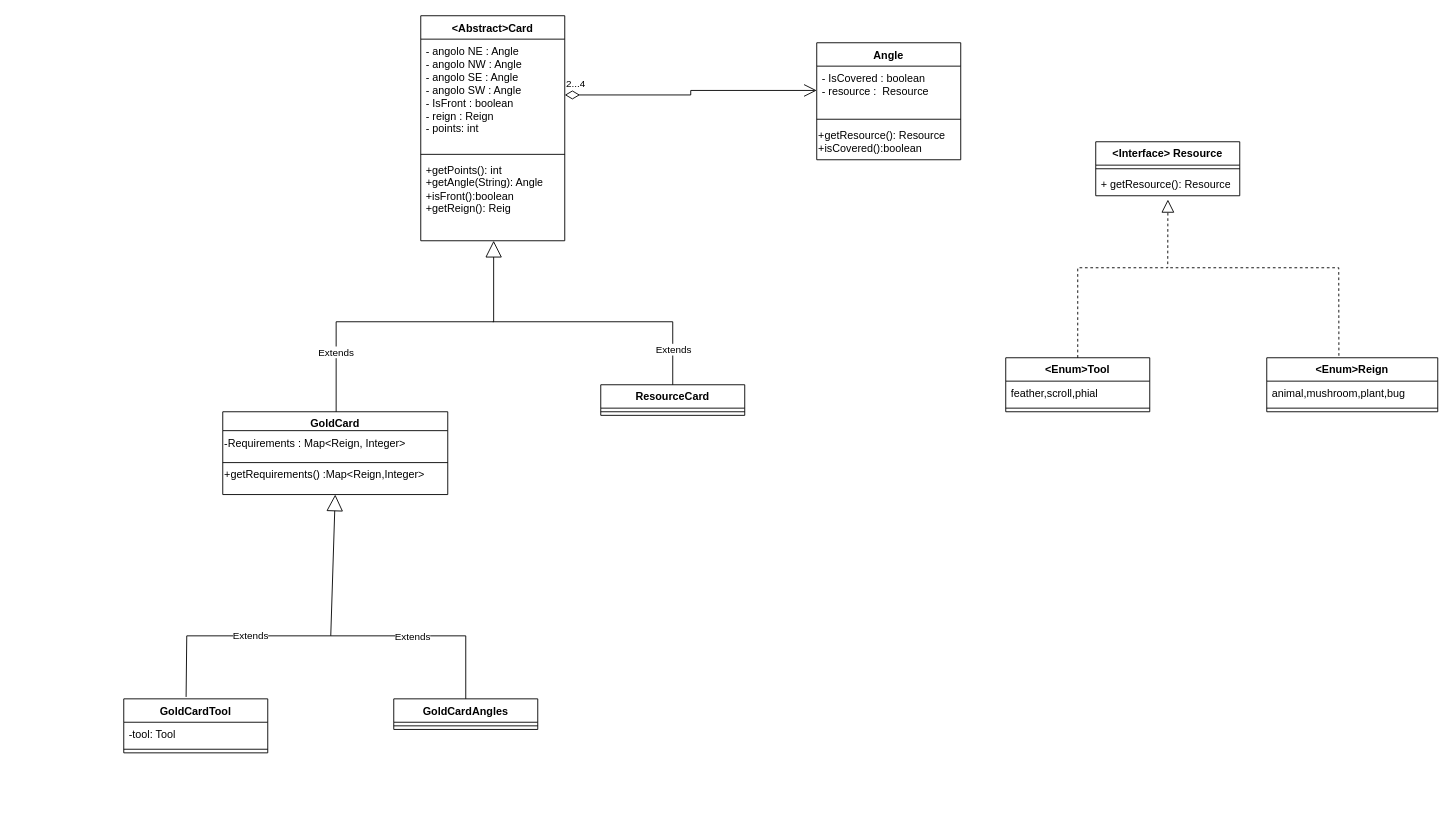
Before: Diagramma senza titolo.drawio in MaximilianMangosi/ing-sw-2024-Mangosi-Laguardia-Lapi-Mattina, a draw.io diagram. Source tidied: cells renumbered, new cells numbered last; positions are measured from the earlier drawing's top-left corner, leaving out a move shared by most shapes. Both pictures are drawn from the tidied source at 90%, with x=0, y=0 at pixel (123, 15).
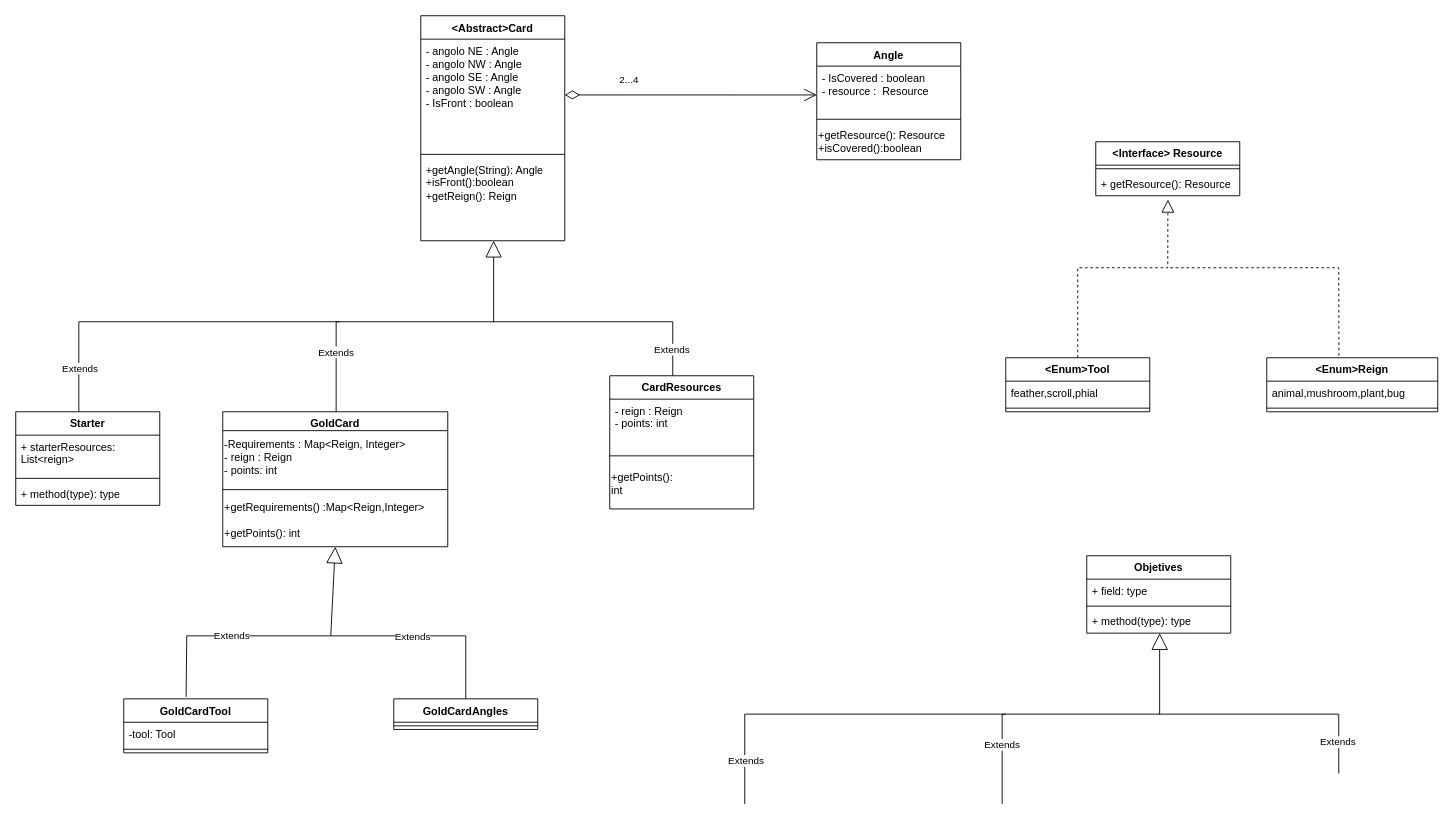
The same page after the edit.

Unchanged cells that the change refers to:
```xml
<mxCell id="2" value="&amp;lt;Abstract&amp;gt;Card" style="swimlane;fontStyle=1;align=center;verticalAlign=top;horizontal=1;startSize=26;whiteSpace=wrap;html=1;" parent="1" vertex="1">
  <mxGeometry x="330" width="160" height="250" as="geometry" />
</mxCell>
<mxCell id="7" value="&lt;div&gt;- IsCovered : boolean&lt;/div&gt;&lt;div&gt;- resource :&amp;nbsp; Resource&lt;/div&gt;&lt;div&gt;&lt;br&gt;&lt;/div&gt;" style="text;strokeColor=none;fillColor=none;align=left;verticalAlign=top;spacingLeft=4;spacingRight=4;overflow=hidden;points=[[0,0.5],[1,0.5]];portConstraint=eastwest;whiteSpace=wrap;html=1;" parent="6" vertex="1">
  <mxGeometry y="26" width="160" height="54" as="geometry" />
</mxCell>
```

Change to the diagram source:
```diff
@@
-    <mxCell id="3" value="- angolo NE : Angle&lt;div&gt;- angolo NW : Angle&lt;/div&gt;&lt;div&gt;- angolo SE : Angle&lt;/div&gt;&lt;div&gt;- angolo SW : Angle&lt;/div&gt;&lt;div&gt;- IsFront : boolean&lt;/div&gt;&lt;div&gt;- reign : Reign&lt;/div&gt;- points: int" style="text;strokeColor=none;fillColor=none;align=left;verticalAlign=top;spacingLeft=4;spacingRight=4;overflow=hidden;points=[[0,0.5],[1,0.5]];portConstraint=eastwest;whiteSpace=wrap;html=1;" parent="2" vertex="1">
+    <mxCell id="3" value="- angolo NE : Angle&lt;div&gt;- angolo NW : Angle&lt;/div&gt;&lt;div&gt;- angolo SE : Angle&lt;/div&gt;&lt;div&gt;- angolo SW : Angle&lt;/div&gt;&lt;div&gt;- IsFront : boolean&lt;/div&gt;&lt;div&gt;&lt;br&gt;&lt;/div&gt;" style="text;strokeColor=none;fillColor=none;align=left;verticalAlign=top;spacingLeft=4;spacingRight=4;overflow=hidden;points=[[0,0.5],[1,0.5]];portConstraint=eastwest;whiteSpace=wrap;html=1;" parent="2" vertex="1">
       <mxGeometry y="26" width="160" height="124" as="geometry" />
     </mxCell>
@@
-    <mxCell id="5" value="&lt;div&gt;+getPoints(): int&lt;/div&gt;&lt;div&gt;+getAngle(String): Angle&lt;/div&gt;&lt;div&gt;+isFront():boolean&lt;/div&gt;&lt;div&gt;+getReign(): Reig&lt;/div&gt;" style="text;strokeColor=none;fillColor=none;align=left;verticalAlign=top;spacingLeft=4;spacingRight=4;overflow=hidden;whiteSpace=wrap;html=1;" parent="2" vertex="1">
+    <mxCell id="5" value="&lt;div&gt;+getAngle(String): Angle&lt;br&gt;&lt;/div&gt;&lt;div&gt;+isFront():boolean&lt;/div&gt;&lt;div&gt;+getReign(): Reign&lt;/div&gt;" style="text;strokeColor=none;fillColor=none;align=left;verticalAlign=top;spacingLeft=4;spacingRight=4;overflow=hidden;whiteSpace=wrap;html=1;" parent="2" vertex="1">
       <mxGeometry y="158" width="160" height="92" as="geometry" />
     </mxCell>
@@
     <mxCell id="17" value="GoldCard" style="swimlane;fontStyle=1;align=center;verticalAlign=top;horizontal=1;startSize=21;whiteSpace=wrap;html=1;" parent="1" vertex="1">
-      <mxGeometry x="110" y="440" width="250" height="92" as="geometry" />
+      <mxGeometry x="110" y="440" width="250" height="150" as="geometry" />
     </mxCell>
-    <mxCell id="18" value="-Requirements : Map&amp;lt;Reign, Integer&amp;gt;" style="text;html=1;align=left;verticalAlign=middle;strokeColor=none;fillColor=none;" parent="17" vertex="1">
-      <mxGeometry y="21" width="250" height="30" as="geometry" />
+    <mxCell id="18" value="-Requirements : Map&amp;lt;Reign, Integer&amp;gt;&lt;div&gt;&lt;div style=&quot;white-space: normal;&quot;&gt;- reign : Reign&lt;/div&gt;&lt;span style=&quot;white-space: normal;&quot;&gt;- points: int&lt;/span&gt;&lt;br&gt;&lt;/div&gt;" style="text;html=1;align=left;verticalAlign=middle;strokeColor=none;fillColor=none;" parent="17" vertex="1">
+      <mxGeometry y="21" width="250" height="60" as="geometry" />
     </mxCell>
     <mxCell id="19" style="line;strokeWidth=1;fillColor=none;align=left;verticalAlign=middle;spacingTop=-1;spacingLeft=3;spacingRight=3;labelPosition=right;strokeColor=inherit;" parent="17" vertex="1">
-      <mxGeometry y="51" width="250" height="11" as="geometry" />
+      <mxGeometry y="81" width="250" height="11" as="geometry" />
     </mxCell>
-    <mxCell id="20" value="&lt;div align=&quot;left&quot;&gt;+getRequirements() :Map&amp;lt;Reign,Integer&amp;gt;&lt;br&gt;&lt;/div&gt;&lt;div align=&quot;left&quot;&gt;&lt;br&gt;&lt;/div&gt;" style="text;html=1;align=left;verticalAlign=middle;whiteSpace=wrap;rounded=0;" parent="17" vertex="1">
-      <mxGeometry y="62" width="250" height="30" as="geometry" />
+    <mxCell id="20" value="&lt;div align=&quot;left&quot;&gt;+getRequirements() :Map&amp;lt;Reign,Integer&amp;gt;&lt;br&gt;&lt;/div&gt;&lt;div align=&quot;left&quot;&gt;&lt;br&gt;&lt;/div&gt;&lt;div align=&quot;left&quot;&gt;+getPoints(): int&lt;br&gt;&lt;/div&gt;" style="text;html=1;align=left;verticalAlign=middle;whiteSpace=wrap;rounded=0;" parent="17" vertex="1">
+      <mxGeometry y="92" width="250" height="58" as="geometry" />
     </mxCell>
-    <mxCell id="21" value="ResourceCard" style="swimlane;fontStyle=1;align=center;verticalAlign=top;horizontal=1;startSize=26;whiteSpace=wrap;html=1;" parent="1" vertex="1">
-      <mxGeometry x="530" y="410" width="160" height="34" as="geometry" />
-    </mxCell>
-    <mxCell id="22" style="line;strokeWidth=1;fillColor=none;align=left;verticalAlign=middle;spacingTop=-1;spacingLeft=3;spacingRight=3;labelPosition=right;strokeColor=inherit;" parent="21" vertex="1">
-      <mxGeometry y="26" width="160" height="8" as="geometry" />
-    </mxCell>
@@
-    <mxCell id="30" style="endArrow=none;html=1;rounded=0;entryX=0.5;entryY=0;entryDx=0;entryDy=0;" parent="1" edge="1" target="21">
+    <mxCell id="30" style="endArrow=none;html=1;rounded=0;entryX=0.5;entryY=0;entryDx=0;entryDy=0;" parent="1" edge="1">
       <mxGeometry relative="1" as="geometry">
         <mxPoint x="410" y="340" as="sourcePoint" />
+        <mxPoint x="610" y="406" as="targetPoint" />
         <Array as="points">
           <mxPoint x="610" y="340" />
         </Array>
       </mxGeometry>
     </mxCell>
@@
-    <mxCell id="35" value="2...4" style="endArrow=open;html=1;endSize=12;startArrow=diamondThin;startSize=14;startFill=0;edgeStyle=orthogonalEdgeStyle;align=left;verticalAlign=bottom;rounded=0;exitX=1;exitY=0.5;exitDx=0;exitDy=0;entryX=0;entryY=0.5;entryDx=0;entryDy=0;" parent="1" edge="1" source="3" target="7">
-      <mxGeometry x="-1" y="3" relative="1" as="geometry" />
+    <mxCell id="35" value="2...4" style="endArrow=open;html=1;endSize=12;startArrow=diamondThin;startSize=14;startFill=0;edgeStyle=orthogonalEdgeStyle;align=left;verticalAlign=bottom;rounded=0;exitX=1;exitY=0.5;exitDx=0;exitDy=0;entryX=0;entryY=0.593;entryDx=0;entryDy=0;entryPerimeter=0;" parent="1" edge="1" source="3" target="7">
+      <mxGeometry x="-0.58" y="8" relative="1" as="geometry" />
     </mxCell>
@@
+    <mxCell id="39" value="CardResources" style="swimlane;fontStyle=1;align=center;verticalAlign=top;horizontal=1;startSize=26;whiteSpace=wrap;html=1;" parent="1" vertex="1">
+      <mxGeometry x="540" y="400" width="160" height="148" as="geometry" />
+    </mxCell>
+    <mxCell id="40" value="&lt;div&gt;- reign : Reign&lt;/div&gt;- points: int" style="text;strokeColor=none;fillColor=none;align=left;verticalAlign=top;spacingLeft=4;spacingRight=4;overflow=hidden;whiteSpace=wrap;html=1;" parent="39" vertex="1">
+      <mxGeometry y="26" width="160" height="44" as="geometry" />
+    </mxCell>
+    <mxCell id="41" style="line;strokeWidth=1;fillColor=none;align=left;verticalAlign=middle;spacingTop=-1;spacingLeft=3;spacingRight=3;labelPosition=right;strokeColor=inherit;" parent="39" vertex="1">
+      <mxGeometry y="70" width="160" height="38" as="geometry" />
+    </mxCell>
+    <mxCell id="42" value="&lt;span style=&quot;white-space: normal;&quot;&gt;+getPoints(): int&lt;/span&gt;&lt;div&gt;&lt;span style=&quot;white-space: normal;&quot;&gt;&lt;br&gt;&lt;/span&gt;&lt;/div&gt;" style="text;html=1;align=left;verticalAlign=middle;strokeColor=none;fillColor=none;" parent="39" vertex="1">
+      <mxGeometry y="108" width="160" height="40" as="geometry" />
+    </mxCell>
+    <mxCell id="43" value="Starter" style="swimlane;fontStyle=1;align=center;verticalAlign=top;horizontal=1;startSize=26;whiteSpace=wrap;html=1;" parent="1" vertex="1">
+      <mxGeometry x="-120" y="440" width="160" height="104" as="geometry" />
+    </mxCell>
+    <mxCell id="44" value="+ starterResources: List&amp;lt;reign&amp;gt;" style="text;strokeColor=none;fillColor=none;align=left;verticalAlign=top;spacingLeft=4;spacingRight=4;overflow=hidden;whiteSpace=wrap;html=1;" parent="43" vertex="1">
+      <mxGeometry y="26" width="160" height="44" as="geometry" />
+    </mxCell>
+    <mxCell id="45" style="line;strokeWidth=1;fillColor=none;align=left;verticalAlign=middle;spacingTop=-1;spacingLeft=3;spacingRight=3;labelPosition=right;strokeColor=inherit;" parent="43" vertex="1">
+      <mxGeometry y="70" width="160" height="8" as="geometry" />
+    </mxCell>
+    <mxCell id="46" value="+ method(type): type" style="text;strokeColor=none;fillColor=none;align=left;verticalAlign=top;spacingLeft=4;spacingRight=4;overflow=hidden;whiteSpace=wrap;html=1;" parent="43" vertex="1">
+      <mxGeometry y="78" width="160" height="26" as="geometry" />
+    </mxCell>
+    <mxCell id="47" style="endArrow=none;html=1;edgeStyle=orthogonalEdgeStyle;rounded=0;exitX=0.438;exitY=0;exitDx=0;exitDy=0;exitPerimeter=0;" parent="1" edge="1" source="43">
+      <mxGeometry relative="1" as="geometry">
+        <mxPoint x="240" y="340" as="targetPoint" />
+        <Array as="points">
+          <mxPoint x="-50" y="340" />
+        </Array>
+      </mxGeometry>
+    </mxCell>
+    <mxCell id="48" value="Extends" style="edgeLabel;html=1;align=left;verticalAlign=bottom;" parent="47" vertex="1">
+      <mxGeometry x="-1" relative="1" as="geometry">
+        <mxPoint x="-20" y="-40" as="offset" />
+      </mxGeometry>
+    </mxCell>
+    <mxCell id="49" value="Objetives" style="swimlane;fontStyle=1;align=center;verticalAlign=top;horizontal=1;startSize=26;whiteSpace=wrap;html=1;" parent="1" vertex="1">
+      <mxGeometry x="1070" y="600" width="160" height="86" as="geometry" />
+    </mxCell>
+    <mxCell id="50" value="+ field: type" style="text;strokeColor=none;fillColor=none;align=left;verticalAlign=top;spacingLeft=4;spacingRight=4;overflow=hidden;whiteSpace=wrap;html=1;" parent="49" vertex="1">
+      <mxGeometry y="26" width="160" height="26" as="geometry" />
+    </mxCell>
+    <mxCell id="51" style="line;strokeWidth=1;fillColor=none;align=left;verticalAlign=middle;spacingTop=-1;spacingLeft=3;spacingRight=3;labelPosition=right;strokeColor=inherit;" parent="49" vertex="1">
+      <mxGeometry y="52" width="160" height="8" as="geometry" />
+    </mxCell>
+    <mxCell id="52" value="+ method(type): type" style="text;strokeColor=none;fillColor=none;align=left;verticalAlign=top;spacingLeft=4;spacingRight=4;overflow=hidden;whiteSpace=wrap;html=1;" parent="49" vertex="1">
+      <mxGeometry y="60" width="160" height="26" as="geometry" />
+    </mxCell>
+    <mxCell id="53" value="Extends" style="endArrow=block;endSize=16;endFill=0;html=1;rounded=0;entryX=0.5;entryY=1;entryDx=0;entryDy=0;exitX=0.5;exitY=0;exitDx=0;exitDy=0;" parent="1" edge="1">
+      <mxGeometry x="-0.64" relative="1" as="geometry">
+        <mxPoint x="976" y="876" as="sourcePoint" />
+        <mxPoint x="1151" y="686" as="targetPoint" />
+        <Array as="points">
+          <mxPoint x="976" y="776" />
+          <mxPoint x="1151" y="776" />
+        </Array>
+      </mxGeometry>
+    </mxCell>
+    <mxCell id="54" style="endArrow=none;html=1;rounded=0;entryX=0.5;entryY=0;entryDx=0;entryDy=0;" parent="1" edge="1">
+      <mxGeometry relative="1" as="geometry">
+        <mxPoint x="1150" y="776" as="sourcePoint" />
+        <mxPoint x="1350" y="842" as="targetPoint" />
+        <Array as="points">
+          <mxPoint x="1350" y="776" />
+        </Array>
+      </mxGeometry>
+    </mxCell>
+    <mxCell id="55" value="Extends" style="edgeLabel;html=1;align=center;verticalAlign=middle;" parent="54" vertex="1">
+      <mxGeometry x="0.32" y="-2" relative="1" as="geometry">
+        <mxPoint x="22" y="28" as="offset" />
+      </mxGeometry>
+    </mxCell>
+    <mxCell id="56" style="endArrow=none;html=1;edgeStyle=orthogonalEdgeStyle;rounded=0;exitX=0.438;exitY=0;exitDx=0;exitDy=0;exitPerimeter=0;" parent="1" edge="1">
+      <mxGeometry relative="1" as="geometry">
+        <mxPoint x="690" y="876" as="sourcePoint" />
+        <mxPoint x="980" y="776" as="targetPoint" />
+        <Array as="points">
+          <mxPoint x="690" y="776" />
+        </Array>
+      </mxGeometry>
+    </mxCell>
+    <mxCell id="57" value="Extends" style="edgeLabel;html=1;align=left;verticalAlign=bottom;" parent="56" vertex="1">
+      <mxGeometry x="-1" relative="1" as="geometry">
+        <mxPoint x="-20" y="-40" as="offset" />
+      </mxGeometry>
+    </mxCell>
```
